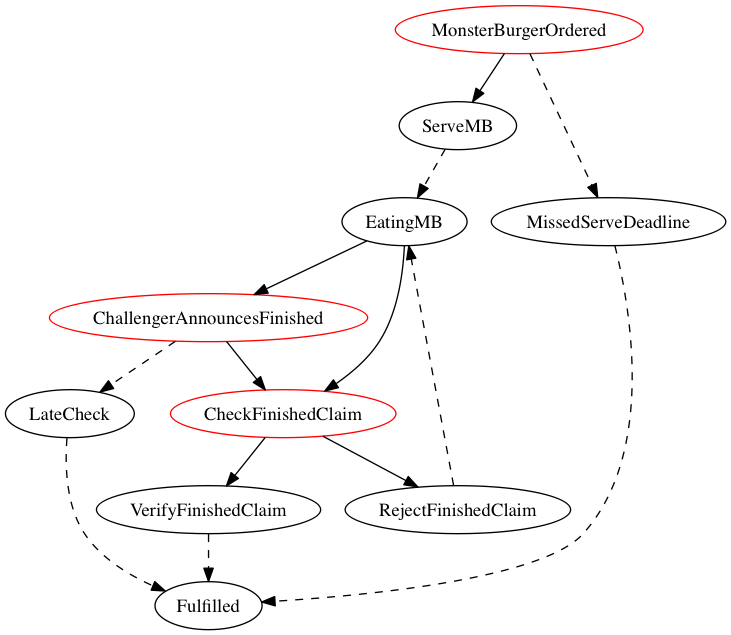
This is linear_state_machine_language/out/monster_burger.png from Marcao02/complaw-deeptech, a Graphviz export, as it was before one commit. Its source is kept beside it as linear_state_machine_language/out/monster_burger.dot. Its diagram source:
```dot

digraph Monster_Burger {
	MonsterBurgerOrdered[label=MonsterBurgerOrdered,color=Red];
	ServeMB[label=ServeMB];
	MissedServeDeadline[label=MissedServeDeadline];
	EatingMB[label=EatingMB];
	ChallengerAnnouncesFinished[label=ChallengerAnnouncesFinished,color=Red];
	LateCheck[label=LateCheck];
	CheckFinishedClaim[label=CheckFinishedClaim,color=Red];
	RejectFinishedClaim[label=RejectFinishedClaim];
	VerifyFinishedClaim[label=VerifyFinishedClaim];
	MonsterBurgerOrdered -> ServeMB;
	MonsterBurgerOrdered -> MissedServeDeadline [style=dashed];
	ServeMB -> EatingMB [style=dashed];
	MissedServeDeadline -> Fulfilled [style=dashed];
	EatingMB -> ChallengerAnnouncesFinished;
	EatingMB -> CheckFinishedClaim;
	ChallengerAnnouncesFinished -> CheckFinishedClaim;
	ChallengerAnnouncesFinished -> LateCheck [style=dashed];
	LateCheck -> Fulfilled [style=dashed];
	CheckFinishedClaim -> VerifyFinishedClaim;
	CheckFinishedClaim -> RejectFinishedClaim;
	RejectFinishedClaim -> EatingMB [style=dashed];
	VerifyFinishedClaim -> Fulfilled [style=dashed];
}
```
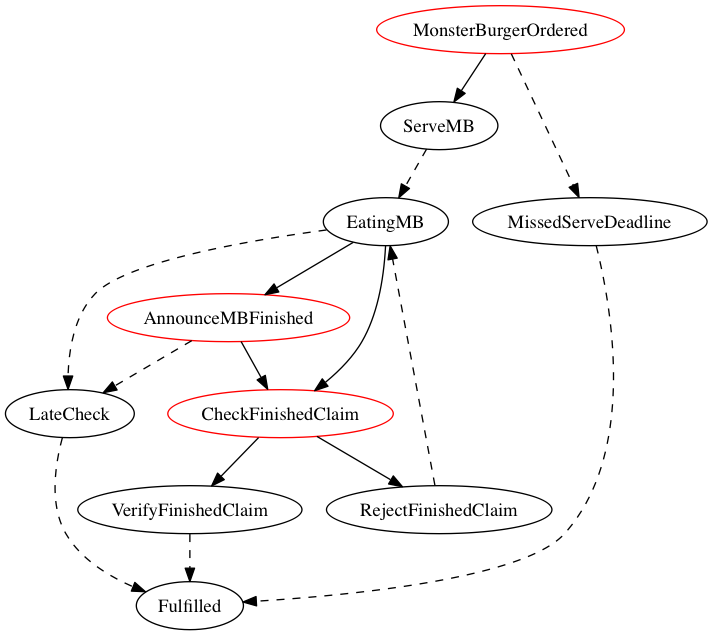
Above is the later version.

The edit, as a diff of the source:
```diff
@@ -4,7 +4,7 @@
 	ServeMB[label=ServeMB];
 	MissedServeDeadline[label=MissedServeDeadline];
 	EatingMB[label=EatingMB];
-	ChallengerAnnouncesFinished[label=ChallengerAnnouncesFinished,color=Red];
+	AnnounceMBFinished[label=AnnounceMBFinished,color=Red];
 	LateCheck[label=LateCheck];
 	CheckFinishedClaim[label=CheckFinishedClaim,color=Red];
 	RejectFinishedClaim[label=RejectFinishedClaim];
@@ -13,13 +13,14 @@
 	MonsterBurgerOrdered -> MissedServeDeadline [style=dashed];
 	ServeMB -> EatingMB [style=dashed];
 	MissedServeDeadline -> Fulfilled [style=dashed];
-	EatingMB -> ChallengerAnnouncesFinished;
+	EatingMB -> AnnounceMBFinished;
 	EatingMB -> CheckFinishedClaim;
-	ChallengerAnnouncesFinished -> CheckFinishedClaim;
-	ChallengerAnnouncesFinished -> LateCheck [style=dashed];
+	EatingMB -> LateCheck [style=dashed];
+	AnnounceMBFinished -> CheckFinishedClaim;
+	AnnounceMBFinished -> LateCheck [style=dashed];
 	LateCheck -> Fulfilled [style=dashed];
+	CheckFinishedClaim -> RejectFinishedClaim;
 	CheckFinishedClaim -> VerifyFinishedClaim;
-	CheckFinishedClaim -> RejectFinishedClaim;
 	RejectFinishedClaim -> EatingMB [style=dashed];
 	VerifyFinishedClaim -> Fulfilled [style=dashed];
 }
```
